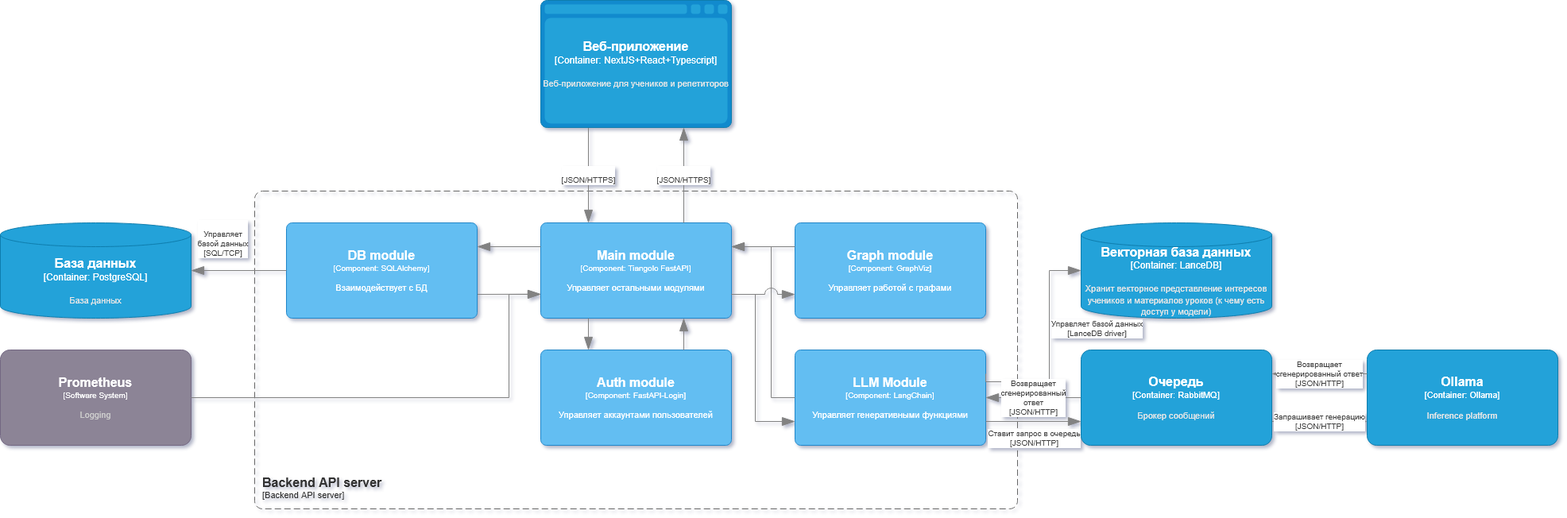
Before: docs/assets/c4-diagram-Component.png, a diagram exported from draw.io (vstu-sii/bachelor-2025-team-make-it-simple). Source tidied: cells renumbered, new cells last; positions are measured from the earlier drawing's top-left corner, leaving out a move shared by most shapes.
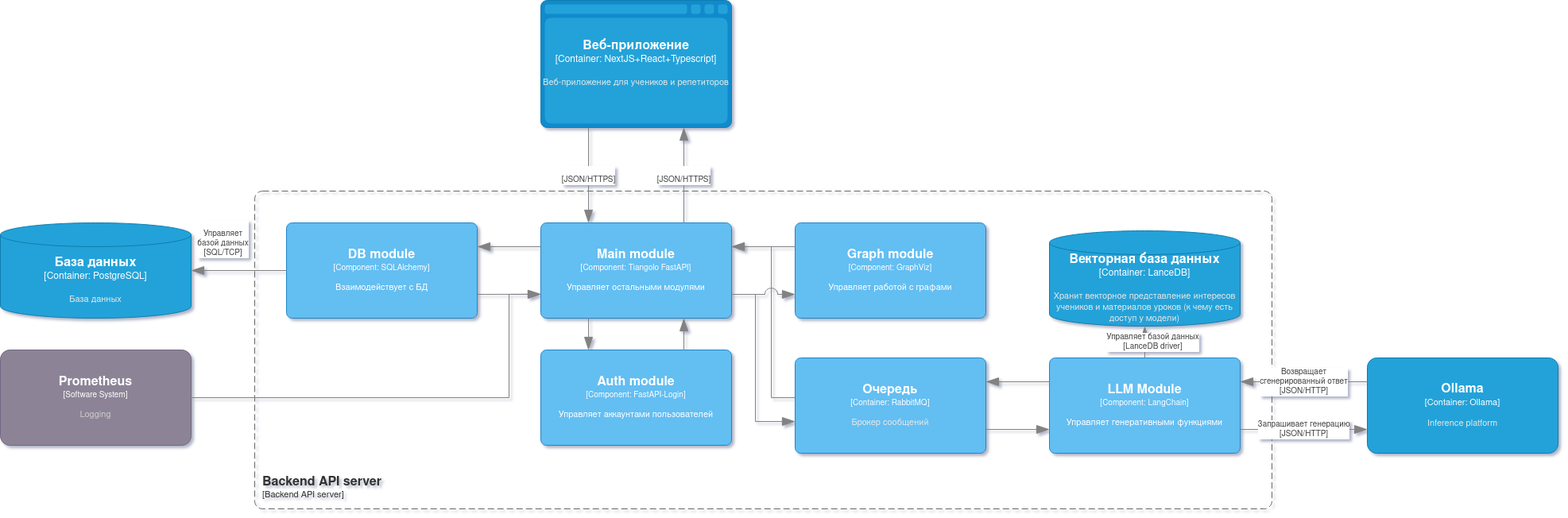
Later version of the same file.

Change to the diagram source:
```diff
@@ -4,7 +4,7 @@
     <mxCell id="1" parent="0" />
     <object id="2" label="&lt;font style=&quot;font-size: 16px&quot;&gt;&lt;b&gt;&lt;div style=&quot;text-align: left&quot;&gt;%c4Name%&lt;/div&gt;&lt;/b&gt;&lt;/font&gt;&lt;div style=&quot;text-align: left&quot;&gt;[%c4Application%]&lt;/div&gt;" c4Application="Backend API server" c4Name="Backend API server" c4Type="ContainerScopeBoundary" placeholders="1">
       <mxCell style="rounded=1;fontSize=11;whiteSpace=wrap;html=1;dashed=1;arcSize=20;fillColor=none;strokeColor=#666666;fontColor=#333333;labelBackgroundColor=none;align=left;verticalAlign=bottom;labelBorderColor=none;spacingTop=0;spacing=10;dashPattern=8 4;perimeter=rectanglePerimeter;noLabel=0;labelPadding=0;absoluteArcSize=1;fontFamily=Helvetica;" parent="1" vertex="1">
-        <mxGeometry x="320" y="240" width="960" height="400" as="geometry" />
+        <mxGeometry x="320" y="240" width="1280" height="400" as="geometry" />
       </mxCell>
     </object>
     <object id="3" label="&lt;font style=&quot;font-size: 16px&quot;&gt;&lt;b&gt;%c4Name%&lt;/b&gt;&lt;/font&gt;&lt;div&gt;[%c4Type%]&lt;/div&gt;&lt;br&gt;&lt;div&gt;&lt;font style=&quot;font-size: 11px&quot;&gt;&lt;font color=&quot;#cccccc&quot;&gt;%c4Description%&lt;/font&gt;&lt;/div&gt;" c4Description="Logging" c4Name="Prometheus" c4Type="Software System" placeholders="1">
@@ -19,25 +19,19 @@
     </object>
     <object id="5" label="&lt;font style=&quot;font-size: 16px&quot;&gt;&lt;b&gt;%c4Name%&lt;/b&gt;&lt;/font&gt;&lt;div&gt;[%c4Type%:&amp;nbsp;%c4Technology%]&lt;/div&gt;&lt;br&gt;&lt;div&gt;&lt;font style=&quot;font-size: 11px&quot;&gt;&lt;font color=&quot;#E6E6E6&quot;&gt;%c4Description%&lt;/font&gt;&lt;/div&gt;" c4Description="Хранит векторное представление интересов учеников и материалов уроков (к чему есть доступ у модели)" c4Name="Векторная база данных" c4Technology="LanceDB" c4Type="Container" placeholders="1">
       <mxCell style="shape=cylinder3;size=15;whiteSpace=wrap;html=1;boundedLbl=1;rounded=0;labelBackgroundColor=none;fillColor=#23A2D9;fontSize=12;fontColor=#ffffff;align=center;strokeColor=#0E7DAD;points=[[0.5,0,0],[1,0.25,0],[1,0.5,0],[1,0.75,0],[0.5,1,0],[0,0.75,0],[0,0.5,0],[0,0.25,0]];fontFamily=Helvetica;" parent="1" vertex="1">
-        <mxGeometry x="1360" y="280" width="240" height="120" as="geometry" />
+        <mxGeometry x="1320" y="290" width="240" height="120" as="geometry" />
       </mxCell>
     </object>
     <object id="6" label="&lt;font style=&quot;font-size: 16px&quot;&gt;&lt;b&gt;%c4Name%&lt;/b&gt;&lt;/font&gt;&lt;div&gt;[%c4Type%: %c4Technology%]&lt;/div&gt;&lt;br&gt;&lt;div&gt;&lt;font style=&quot;font-size: 11px&quot;&gt;&lt;font color=&quot;#E6E6E6&quot;&gt;%c4Description%&lt;/font&gt;&lt;/div&gt;" c4Description="Inference platform" c4Name="Ollama" c4Technology="Ollama" c4Type="Container" placeholders="1">
       <mxCell style="rounded=1;whiteSpace=wrap;html=1;fontSize=11;labelBackgroundColor=none;fillColor=#23A2D9;fontColor=#ffffff;align=center;arcSize=10;strokeColor=#0E7DAD;points=[[0.25,0,0],[0.5,0,0],[0.75,0,0],[1,0.25,0],[1,0.5,0],[1,0.75,0],[0.75,1,0],[0.5,1,0],[0.25,1,0],[0,0.75,0],[0,0.5,0],[0,0.25,0]];fontFamily=Helvetica;" parent="1" vertex="1">
-        <mxGeometry x="1720" y="440" width="240" height="120" as="geometry" />
+        <mxGeometry x="1720" y="450" width="240" height="120" as="geometry" />
       </mxCell>
     </object>
-    <object id="7" label="&lt;font style=&quot;font-size: 16px&quot;&gt;&lt;b&gt;%c4Name%&lt;/b&gt;&lt;/font&gt;&lt;div&gt;[%c4Type%: %c4Technology%]&lt;/div&gt;&lt;br&gt;&lt;div&gt;&lt;font style=&quot;font-size: 11px&quot;&gt;%c4Description%&lt;/font&gt;&lt;/div&gt;" c4Description="Управляет генеративными функциями" c4Name="LLM Module" c4Technology="LangChain" c4Type="Component" placeholders="1">
-      <mxCell style="rounded=1;whiteSpace=wrap;html=1;labelBackgroundColor=none;fillColor=#63BEF2;fontColor=#ffffff;align=center;arcSize=6;strokeColor=#2086C9;points=[[0.25,0,0],[0.5,0,0],[0.75,0,0],[1,0.25,0],[1,0.5,0],[1,0.75,0],[0.75,1,0],[0.5,1,0],[0.25,1,0],[0,0.75,0],[0,0.5,0],[0,0.25,0]];fontFamily=Helvetica;fontSize=10;" parent="1" vertex="1">
-        <mxGeometry x="1000" y="440" width="240" height="120" as="geometry" />
-      </mxCell>
-    </object>
-    <mxCell id="8" value="Управляет базой данных&lt;br&gt;[LanceDB driver]" style="edgeStyle=orthogonalEdgeStyle;shape=connector;rounded=0;jumpStyle=arc;jumpSize=16;jettySize=auto;html=1;exitX=1;exitY=0.25;exitDx=0;exitDy=0;exitPerimeter=0;entryX=0;entryY=0.5;entryDx=0;entryDy=0;entryPerimeter=0;strokeColor=#828282;strokeWidth=1;align=center;verticalAlign=middle;fontFamily=Helvetica;fontSize=10;fontColor=#404040;labelBackgroundColor=default;elbow=vertical;startSize=14;endArrow=blockThin;endFill=1;endSize=14;" parent="1" edge="1" source="7" target="5">
-      <mxGeometry x="0.16" y="-60" relative="1" as="geometry">
+    <mxCell id="8" value="Управляет базой данных&lt;br&gt;[LanceDB driver]" style="edgeStyle=orthogonalEdgeStyle;shape=connector;rounded=0;jumpStyle=arc;jumpSize=16;jettySize=auto;html=1;exitX=0.5;exitY=0;exitDx=0;exitDy=0;exitPerimeter=0;entryX=0.5;entryY=1;entryDx=0;entryDy=0;entryPerimeter=0;strokeColor=#828282;strokeWidth=1;align=center;verticalAlign=middle;fontFamily=Helvetica;fontSize=10;fontColor=#404040;labelBackgroundColor=default;elbow=vertical;startSize=14;endArrow=blockThin;endFill=1;endSize=14;" parent="1" edge="1" source="7" target="5">
+      <mxGeometry y="-10" relative="1" as="geometry">
         <Array as="points">
-          <mxPoint x="1240" y="480" />
-          <mxPoint x="1320" y="480" />
-          <mxPoint x="1320" y="340" />
+          <mxPoint x="1440" y="420" />
+          <mxPoint x="1440" y="420" />
         </Array>
       </mxGeometry>
     </mxCell>
@@ -62,8 +56,9 @@
         <mxGeometry x="680" y="440" width="240" height="120" as="geometry" />
       </mxCell>
     </object>
-    <mxCell id="14" style="edgeStyle=orthogonalEdgeStyle;shape=connector;rounded=0;jumpStyle=arc;jumpSize=16;jettySize=auto;html=1;exitX=1;exitY=0.75;exitDx=0;exitDy=0;exitPerimeter=0;entryX=0;entryY=0.75;entryDx=0;entryDy=0;entryPerimeter=0;strokeColor=#828282;strokeWidth=1;align=center;verticalAlign=middle;fontFamily=Helvetica;fontSize=10;fontColor=#404040;labelBackgroundColor=default;elbow=vertical;startSize=14;endArrow=blockThin;endFill=1;endSize=14;" parent="1" edge="1" source="10" target="7">
+    <mxCell id="14" style="edgeStyle=orthogonalEdgeStyle;shape=connector;rounded=0;jumpStyle=arc;jumpSize=16;jettySize=auto;html=1;exitX=1;exitY=0.75;exitDx=0;exitDy=0;exitPerimeter=0;entryX=0;entryY=0.75;entryDx=0;entryDy=0;entryPerimeter=0;strokeColor=#828282;strokeWidth=1;align=center;verticalAlign=middle;fontFamily=Helvetica;fontSize=10;fontColor=#404040;labelBackgroundColor=default;elbow=vertical;startSize=14;endArrow=blockThin;endFill=1;endSize=14;" parent="1" edge="1" source="10">
       <mxGeometry relative="1" as="geometry">
+        <mxPoint x="1000" y="530" as="targetPoint" />
         <Array as="points">
           <mxPoint x="950" y="370" />
           <mxPoint x="950" y="530" />
@@ -81,8 +76,9 @@
         </Array>
       </mxGeometry>
     </mxCell>
-    <mxCell id="17" style="edgeStyle=orthogonalEdgeStyle;shape=connector;rounded=0;jumpStyle=arc;jumpSize=16;jettySize=auto;html=1;exitX=0;exitY=0.5;exitDx=0;exitDy=0;exitPerimeter=0;entryX=1;entryY=0.25;entryDx=0;entryDy=0;entryPerimeter=0;strokeColor=#828282;strokeWidth=1;align=center;verticalAlign=middle;fontFamily=Helvetica;fontSize=10;fontColor=#404040;labelBackgroundColor=default;elbow=vertical;startSize=14;endArrow=blockThin;endFill=1;endSize=14;" parent="1" edge="1" source="7" target="10">
+    <mxCell id="17" style="edgeStyle=orthogonalEdgeStyle;shape=connector;rounded=0;jumpStyle=arc;jumpSize=16;jettySize=auto;html=1;exitX=0;exitY=0.5;exitDx=0;exitDy=0;exitPerimeter=0;entryX=1;entryY=0.25;entryDx=0;entryDy=0;entryPerimeter=0;strokeColor=#828282;strokeWidth=1;align=center;verticalAlign=middle;fontFamily=Helvetica;fontSize=10;fontColor=#404040;labelBackgroundColor=default;elbow=vertical;startSize=14;endArrow=blockThin;endFill=1;endSize=14;" parent="1" edge="1" target="10">
       <mxGeometry relative="1" as="geometry">
+        <mxPoint x="1000" y="500" as="sourcePoint" />
         <Array as="points">
           <mxPoint x="970" y="500" />
           <mxPoint x="970" y="310" />
@@ -119,27 +115,27 @@
         <mxGeometry x="680" width="240" height="160" as="geometry" />
       </mxCell>
     </object>
-    <mxCell id="26" value="Запрашивает генерацию&lt;br&gt;[JSON/HTTP]" style="edgeStyle=orthogonalEdgeStyle;shape=connector;rounded=0;jumpStyle=arc;jumpSize=16;jettySize=auto;html=1;entryX=0;entryY=0.75;entryDx=0;entryDy=0;entryPerimeter=0;strokeColor=#828282;strokeWidth=1;align=center;verticalAlign=middle;fontFamily=Helvetica;fontSize=10;fontColor=#404040;labelBackgroundColor=default;elbow=vertical;startSize=14;endArrow=blockThin;endFill=1;endSize=14;exitX=1;exitY=0.75;exitDx=0;exitDy=0;exitPerimeter=0;" parent="1" edge="1" source="31" target="6">
+    <mxCell id="26" value="Запрашивает генерацию&lt;br&gt;[JSON/HTTP]" style="edgeStyle=orthogonalEdgeStyle;shape=connector;rounded=0;jumpStyle=arc;jumpSize=16;jettySize=auto;html=1;entryX=0;entryY=0.75;entryDx=0;entryDy=0;entryPerimeter=0;strokeColor=#828282;strokeWidth=1;align=center;verticalAlign=middle;fontFamily=Helvetica;fontSize=10;fontColor=#404040;labelBackgroundColor=default;elbow=vertical;startSize=14;endArrow=blockThin;endFill=1;endSize=14;exitX=1;exitY=0.75;exitDx=0;exitDy=0;exitPerimeter=0;" parent="1" edge="1" source="7" target="6">
       <mxGeometry relative="1" as="geometry" />
     </mxCell>
-    <mxCell id="27" value="&lt;div&gt;Возвращает&lt;/div&gt;&lt;div&gt;сгенерированный ответ&lt;/div&gt;[JSON/HTTP]" style="edgeStyle=orthogonalEdgeStyle;shape=connector;rounded=0;jumpStyle=arc;jumpSize=16;jettySize=auto;html=1;exitX=0;exitY=0.25;exitDx=0;exitDy=0;exitPerimeter=0;entryX=1;entryY=0.25;entryDx=0;entryDy=0;entryPerimeter=0;strokeColor=#828282;strokeWidth=1;align=center;verticalAlign=middle;fontFamily=Helvetica;fontSize=10;fontColor=#404040;labelBackgroundColor=default;elbow=vertical;startSize=14;endArrow=blockThin;endFill=1;endSize=14;" parent="1" edge="1" source="6" target="31">
+    <mxCell id="27" value="&lt;div&gt;Возвращает&lt;/div&gt;&lt;div&gt;сгенерированный ответ&lt;/div&gt;[JSON/HTTP]" style="edgeStyle=orthogonalEdgeStyle;shape=connector;rounded=0;jumpStyle=arc;jumpSize=16;jettySize=auto;html=1;exitX=0;exitY=0.25;exitDx=0;exitDy=0;exitPerimeter=0;entryX=1;entryY=0.25;entryDx=0;entryDy=0;entryPerimeter=0;strokeColor=#828282;strokeWidth=1;align=center;verticalAlign=middle;fontFamily=Helvetica;fontSize=10;fontColor=#404040;labelBackgroundColor=default;elbow=vertical;startSize=14;endArrow=blockThin;endFill=1;endSize=14;" parent="1" edge="1" source="6" target="7">
       <mxGeometry relative="1" as="geometry" />
     </mxCell>
-    <mxCell id="28" style="edgeStyle=orthogonalEdgeStyle;shape=connector;rounded=0;jumpStyle=arc;jumpSize=16;jettySize=auto;html=1;exitX=1;exitY=0.75;exitDx=0;exitDy=0;exitPerimeter=0;entryX=0;entryY=0.75;entryDx=0;entryDy=0;entryPerimeter=0;strokeColor=#828282;strokeWidth=1;align=center;verticalAlign=middle;fontFamily=Helvetica;fontSize=10;fontColor=#404040;labelBackgroundColor=default;elbow=vertical;startSize=14;endArrow=blockThin;endFill=1;endSize=14;" parent="1" edge="1" source="7" target="31">
+    <mxCell id="28" style="edgeStyle=orthogonalEdgeStyle;shape=connector;rounded=0;jumpStyle=arc;jumpSize=16;jettySize=auto;html=1;exitX=1;exitY=0.75;exitDx=0;exitDy=0;exitPerimeter=0;entryX=0;entryY=0.75;entryDx=0;entryDy=0;entryPerimeter=0;strokeColor=#828282;strokeWidth=1;align=center;verticalAlign=middle;fontFamily=Helvetica;fontSize=10;fontColor=#404040;labelBackgroundColor=default;elbow=vertical;startSize=14;endArrow=blockThin;endFill=1;endSize=14;" parent="1" edge="1" source="31" target="7">
       <mxGeometry relative="1" as="geometry" />
     </mxCell>
-    <mxCell id="29" value="&lt;div&gt;Ставит запрос в очередь&lt;/div&gt;&lt;div&gt;[JSON/HTTP]&lt;/div&gt;" style="edgeLabel;html=1;align=center;verticalAlign=middle;fontFamily=Helvetica;fontSize=10;fontColor=#404040;labelBackgroundColor=default;" parent="28" vertex="1">
-      <mxGeometry x="-0.19" y="3" relative="1" as="geometry">
-        <mxPoint x="11" y="23" as="offset" />
-      </mxGeometry>
-    </mxCell>
-    <mxCell id="30" value="Возвращает&lt;br&gt;сгенерированный&lt;br&gt;ответ&lt;br&gt;[JSON/HTTP]" style="edgeStyle=orthogonalEdgeStyle;shape=connector;rounded=0;jumpStyle=arc;jumpSize=16;jettySize=auto;html=1;exitX=0;exitY=0.5;exitDx=0;exitDy=0;exitPerimeter=0;entryX=1;entryY=0.5;entryDx=0;entryDy=0;entryPerimeter=0;strokeColor=#828282;strokeWidth=1;align=center;verticalAlign=middle;fontFamily=Helvetica;fontSize=10;fontColor=#404040;labelBackgroundColor=default;elbow=vertical;startSize=14;endArrow=blockThin;endFill=1;endSize=14;" parent="1" edge="1" source="31" target="7">
-      <mxGeometry relative="1" as="geometry" />
+    <mxCell id="30" style="edgeStyle=orthogonalEdgeStyle;shape=connector;rounded=0;jumpStyle=arc;jumpSize=16;jettySize=auto;html=1;exitX=0;exitY=0.25;exitDx=0;exitDy=0;exitPerimeter=0;entryX=1;entryY=0.25;entryDx=0;entryDy=0;entryPerimeter=0;strokeColor=#828282;strokeWidth=1;align=center;verticalAlign=middle;fontFamily=Helvetica;fontSize=10;fontColor=#404040;labelBackgroundColor=default;elbow=vertical;startSize=14;endArrow=blockThin;endFill=1;endSize=14;" parent="1" edge="1" source="7" target="31">
+      <mxGeometry x="0.11" y="10" relative="1" as="geometry" />
     </mxCell>
     <object id="31" label="&lt;font style=&quot;font-size: 16px&quot;&gt;&lt;b&gt;%c4Name%&lt;/b&gt;&lt;/font&gt;&lt;div&gt;[%c4Type%: %c4Technology%]&lt;/div&gt;&lt;br&gt;&lt;div&gt;&lt;font style=&quot;font-size: 11px&quot;&gt;&lt;font color=&quot;#E6E6E6&quot;&gt;%c4Description%&lt;/font&gt;&lt;/div&gt;" c4Description="Брокер сообщений" c4Name="Очередь" c4Technology="RabbitMQ" c4Type="Container" placeholders="1">
-      <mxCell style="rounded=1;whiteSpace=wrap;html=1;fontSize=11;labelBackgroundColor=none;fillColor=#23A2D9;fontColor=#ffffff;align=center;arcSize=10;strokeColor=#0E7DAD;points=[[0.25,0,0],[0.5,0,0],[0.75,0,0],[1,0.25,0],[1,0.5,0],[1,0.75,0],[0.75,1,0],[0.5,1,0],[0.25,1,0],[0,0.75,0],[0,0.5,0],[0,0.25,0]];fontFamily=Helvetica;" parent="1" vertex="1">
-        <mxGeometry x="1360" y="440" width="240" height="120" as="geometry" />
+      <mxCell style="rounded=1;whiteSpace=wrap;html=1;fontSize=10;labelBackgroundColor=none;fillColor=#63BEF2;fontColor=#ffffff;align=center;arcSize=6;strokeColor=#2086C9;points=[[0.25,0,0],[0.5,0,0],[0.75,0,0],[1,0.25,0],[1,0.5,0],[1,0.75,0],[0.75,1,0],[0.5,1,0],[0.25,1,0],[0,0.75,0],[0,0.5,0],[0,0.25,0]];fontFamily=Helvetica;verticalAlign=middle;" parent="1" vertex="1">
+        <mxGeometry x="1000" y="450" width="240" height="120" as="geometry" />
       </mxCell>
     </object>
+    <object id="7" label="&lt;font style=&quot;font-size: 16px&quot;&gt;&lt;b&gt;%c4Name%&lt;/b&gt;&lt;/font&gt;&lt;div&gt;[%c4Type%: %c4Technology%]&lt;/div&gt;&lt;br&gt;&lt;div&gt;&lt;font style=&quot;font-size: 11px&quot;&gt;%c4Description%&lt;/font&gt;&lt;/div&gt;" c4Description="Управляет генеративными функциями" c4Name="LLM Module" c4Technology="LangChain" c4Type="Component" placeholders="1">
+      <mxCell style="rounded=1;whiteSpace=wrap;html=1;labelBackgroundColor=none;fillColor=#63BEF2;fontColor=#ffffff;align=center;arcSize=6;strokeColor=#2086C9;points=[[0.25,0,0],[0.5,0,0],[0.75,0,0],[1,0.25,0],[1,0.5,0],[1,0.75,0],[0.75,1,0],[0.5,1,0],[0.25,1,0],[0,0.75,0],[0,0.5,0],[0,0.25,0]];fontFamily=Helvetica;fontSize=10;" parent="1" vertex="1">
+        <mxGeometry x="1320" y="450" width="240" height="120" as="geometry" />
+      </mxCell>
+    </object>
   </root>
 </mxGraphModel>
```
